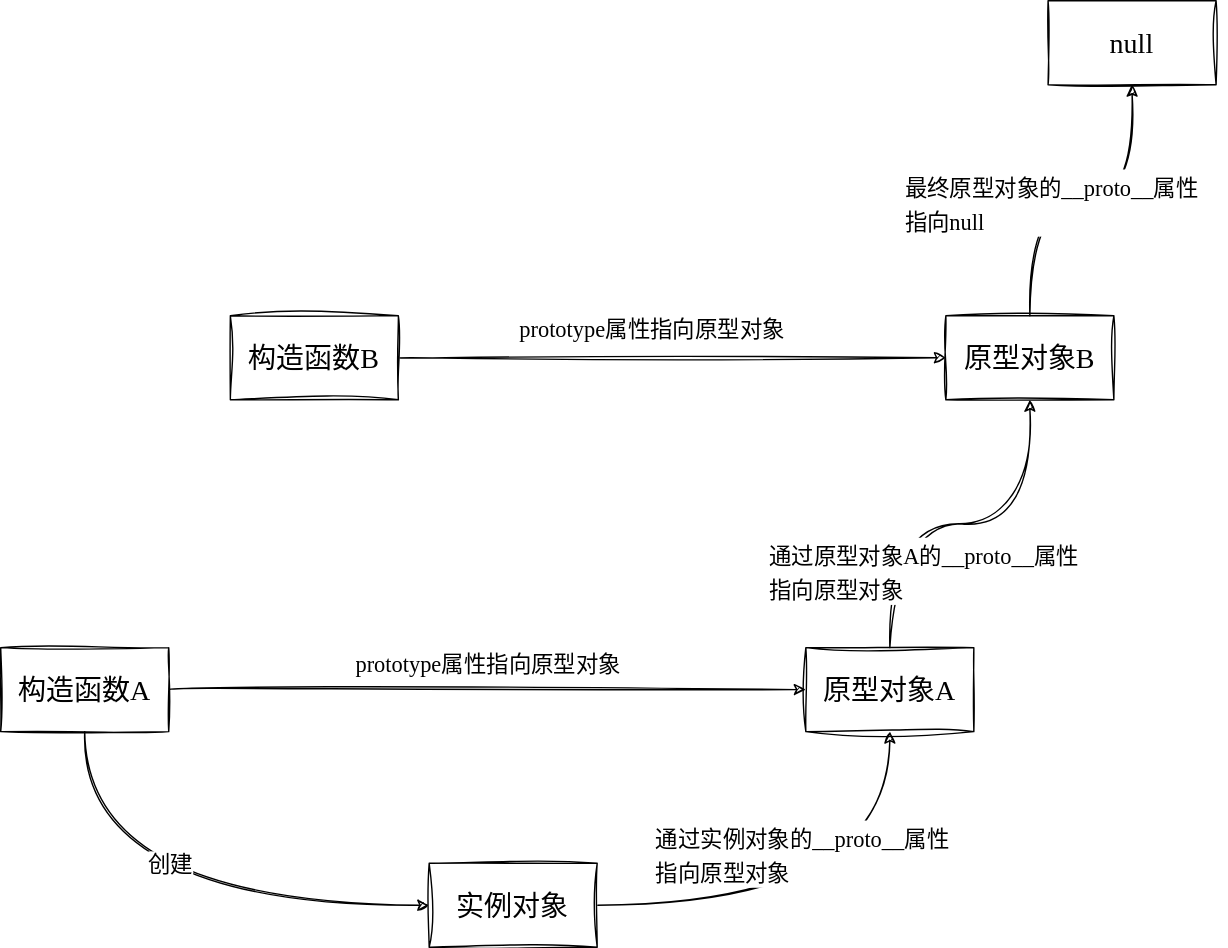
Before: diagrams/front-end/prototype_chain.svg, a diagram exported from draw.io (luguosong/images). Source tidied: cells renumbered, new cells last; positions are measured from the earlier drawing's top-left corner, leaving out a move shared by most shapes. Its diagram source:
```xml
<mxGraphModel background="#FFFFFF">
  <root>
    <mxCell id="0" />
    <mxCell id="1" parent="0" />
    <mxCell id="2" style="edgeStyle=orthogonalEdgeStyle;curved=1;rounded=0;sketch=1;hachureGap=4;jiggle=2;curveFitting=1;jettySize=auto;html=1;exitX=0.5;exitY=1;exitDx=0;exitDy=0;entryX=0;entryY=0.5;entryDx=0;entryDy=0;fontFamily=Architects Daughter;fontSource=https%3A%2F%2Ffonts.googleapis.com%2Fcss%3Ffamily%3DArchitects%2BDaughter;fontSize=16;" parent="1" edge="1" source="5" target="10">
      <mxGeometry relative="1" as="geometry" />
    </mxCell>
    <mxCell id="3" value="创建" style="edgeLabel;html=1;align=center;verticalAlign=middle;fontSize=16;fontFamily=Architects Daughter;" parent="2" vertex="1">
      <mxGeometry x="-0.29" y="13" relative="1" as="geometry">
        <mxPoint x="52" y="-17" as="offset" />
      </mxGeometry>
    </mxCell>
    <mxCell id="4" style="edgeStyle=orthogonalEdgeStyle;curved=1;rounded=0;sketch=1;hachureGap=4;jiggle=2;curveFitting=1;jettySize=auto;html=1;exitX=1;exitY=0.5;exitDx=0;exitDy=0;fontFamily=Architects Daughter;fontSource=https%3A%2F%2Ffonts.googleapis.com%2Fcss%3Ffamily%3DArchitects%2BDaughter;fontSize=16;" parent="1" edge="1" source="5" target="7">
      <mxGeometry relative="1" as="geometry" />
    </mxCell>
    <mxCell id="5" value="构造函数A" style="rounded=0;whiteSpace=wrap;html=1;sketch=1;hachureGap=4;jiggle=2;curveFitting=1;fontFamily=Architects Daughter;fontSource=https%3A%2F%2Ffonts.googleapis.com%2Fcss%3Ffamily%3DArchitects%2BDaughter;fontSize=20;" parent="1" vertex="1">
      <mxGeometry y="462" width="120" height="60" as="geometry" />
    </mxCell>
    <mxCell id="6" style="edgeStyle=orthogonalEdgeStyle;curved=1;rounded=0;sketch=1;hachureGap=4;jiggle=2;curveFitting=1;jettySize=auto;html=1;exitX=0.5;exitY=0;exitDx=0;exitDy=0;entryX=0.5;entryY=1;entryDx=0;entryDy=0;fontFamily=Architects Daughter;fontSource=https%3A%2F%2Ffonts.googleapis.com%2Fcss%3Ffamily%3DArchitects%2BDaughter;fontSize=16;" parent="1" edge="1" source="7" target="13">
      <mxGeometry relative="1" as="geometry" />
    </mxCell>
    <mxCell id="7" value="原型对象A" style="rounded=0;whiteSpace=wrap;html=1;sketch=1;hachureGap=4;jiggle=2;curveFitting=1;fontFamily=Architects Daughter;fontSource=https%3A%2F%2Ffonts.googleapis.com%2Fcss%3Ffamily%3DArchitects%2BDaughter;fontSize=20;" parent="1" vertex="1">
      <mxGeometry x="575" y="462" width="120" height="60" as="geometry" />
    </mxCell>
    <mxCell id="8" style="edgeStyle=orthogonalEdgeStyle;curved=1;rounded=0;sketch=1;hachureGap=4;jiggle=2;curveFitting=1;jettySize=auto;html=1;exitX=1;exitY=0.5;exitDx=0;exitDy=0;entryX=0.5;entryY=1;entryDx=0;entryDy=0;fontFamily=Architects Daughter;fontSource=https%3A%2F%2Ffonts.googleapis.com%2Fcss%3Ffamily%3DArchitects%2BDaughter;fontSize=16;" parent="1" edge="1" source="10" target="7">
      <mxGeometry relative="1" as="geometry" />
    </mxCell>
    <mxCell id="9" value="&lt;font style=&quot;font-size: 16px;&quot;&gt;通过实例对象的__proto__属性&lt;br&gt;指向原型对象&lt;/font&gt;" style="edgeLabel;html=1;align=left;verticalAlign=middle;fontSize=20;fontFamily=Architects Daughter;" parent="8" vertex="1">
      <mxGeometry x="0.2" y="17" relative="1" as="geometry">
        <mxPoint x="-160" y="-21" as="offset" />
      </mxGeometry>
    </mxCell>
    <mxCell id="10" value="实例对象" style="rounded=0;whiteSpace=wrap;html=1;sketch=1;hachureGap=4;jiggle=2;curveFitting=1;fontFamily=Architects Daughter;fontSource=https%3A%2F%2Ffonts.googleapis.com%2Fcss%3Ffamily%3DArchitects%2BDaughter;fontSize=20;" parent="1" vertex="1">
      <mxGeometry x="306" y="616" width="120" height="60" as="geometry" />
    </mxCell>
    <mxCell id="11" value="&lt;font style=&quot;font-size: 16px;&quot;&gt;prototype属性指向原型对象&lt;/font&gt;" style="text;html=1;align=center;verticalAlign=middle;strokeColor=none;fillColor=none;fontSize=20;fontFamily=Architects Daughter;" parent="1" vertex="1">
      <mxGeometry x="237" y="454" width="221" height="36" as="geometry" />
    </mxCell>
    <mxCell id="12" style="edgeStyle=orthogonalEdgeStyle;curved=1;rounded=0;sketch=1;hachureGap=4;jiggle=2;curveFitting=1;jettySize=auto;html=1;exitX=0.5;exitY=0;exitDx=0;exitDy=0;entryX=0.5;entryY=1;entryDx=0;entryDy=0;fontFamily=Architects Daughter;fontSource=https%3A%2F%2Ffonts.googleapis.com%2Fcss%3Ffamily%3DArchitects%2BDaughter;fontSize=16;" parent="1" edge="1" source="13" target="18">
      <mxGeometry relative="1" as="geometry" />
    </mxCell>
    <mxCell id="13" value="原型对象B" style="rounded=0;whiteSpace=wrap;html=1;sketch=1;hachureGap=4;jiggle=2;curveFitting=1;fontFamily=Architects Daughter;fontSource=https%3A%2F%2Ffonts.googleapis.com%2Fcss%3Ffamily%3DArchitects%2BDaughter;fontSize=20;" parent="1" vertex="1">
      <mxGeometry x="675" y="225" width="120" height="60" as="geometry" />
    </mxCell>
    <mxCell id="14" style="edgeStyle=orthogonalEdgeStyle;curved=1;rounded=0;sketch=1;hachureGap=4;jiggle=2;curveFitting=1;jettySize=auto;html=1;exitX=1;exitY=0.5;exitDx=0;exitDy=0;entryX=0;entryY=0.5;entryDx=0;entryDy=0;fontFamily=Architects Daughter;fontSource=https%3A%2F%2Ffonts.googleapis.com%2Fcss%3Ffamily%3DArchitects%2BDaughter;fontSize=16;" parent="1" edge="1" source="15" target="13">
      <mxGeometry relative="1" as="geometry" />
    </mxCell>
    <mxCell id="15" value="构造函数B" style="rounded=0;whiteSpace=wrap;html=1;sketch=1;hachureGap=4;jiggle=2;curveFitting=1;fontFamily=Architects Daughter;fontSource=https%3A%2F%2Ffonts.googleapis.com%2Fcss%3Ffamily%3DArchitects%2BDaughter;fontSize=20;" parent="1" vertex="1">
      <mxGeometry x="164" y="225" width="120" height="60" as="geometry" />
    </mxCell>
    <mxCell id="16" value="&lt;font style=&quot;font-size: 16px;&quot;&gt;prototype属性指向原型对象&lt;/font&gt;" style="text;html=1;align=center;verticalAlign=middle;strokeColor=none;fillColor=none;fontSize=20;fontFamily=Architects Daughter;" parent="1" vertex="1">
      <mxGeometry x="354" y="215" width="221" height="36" as="geometry" />
    </mxCell>
    <mxCell id="17" value="&lt;font style=&quot;font-size: 16px;&quot;&gt;通过原型对象A的__proto__属性&lt;br&gt;指向原型对象&lt;/font&gt;" style="edgeLabel;html=1;align=left;verticalAlign=middle;fontSize=20;fontFamily=Architects Daughter;" parent="1" vertex="1">
      <mxGeometry x="547" y="406" as="geometry" />
    </mxCell>
    <mxCell id="18" value="null" style="rounded=0;whiteSpace=wrap;html=1;sketch=1;hachureGap=4;jiggle=2;curveFitting=1;fontFamily=Architects Daughter;fontSource=https%3A%2F%2Ffonts.googleapis.com%2Fcss%3Ffamily%3DArchitects%2BDaughter;fontSize=20;" parent="1" vertex="1">
      <mxGeometry x="748" width="120" height="60" as="geometry" />
    </mxCell>
    <mxCell id="19" value="&lt;font style=&quot;font-size: 16px;&quot;&gt;最终原型对象的__proto__属性&lt;br&gt;指向null&lt;/font&gt;" style="edgeLabel;html=1;align=left;verticalAlign=middle;fontSize=20;fontFamily=Architects Daughter;" parent="1" vertex="1">
      <mxGeometry x="644" y="143" as="geometry" />
    </mxCell>
  </root>
</mxGraphModel>
```
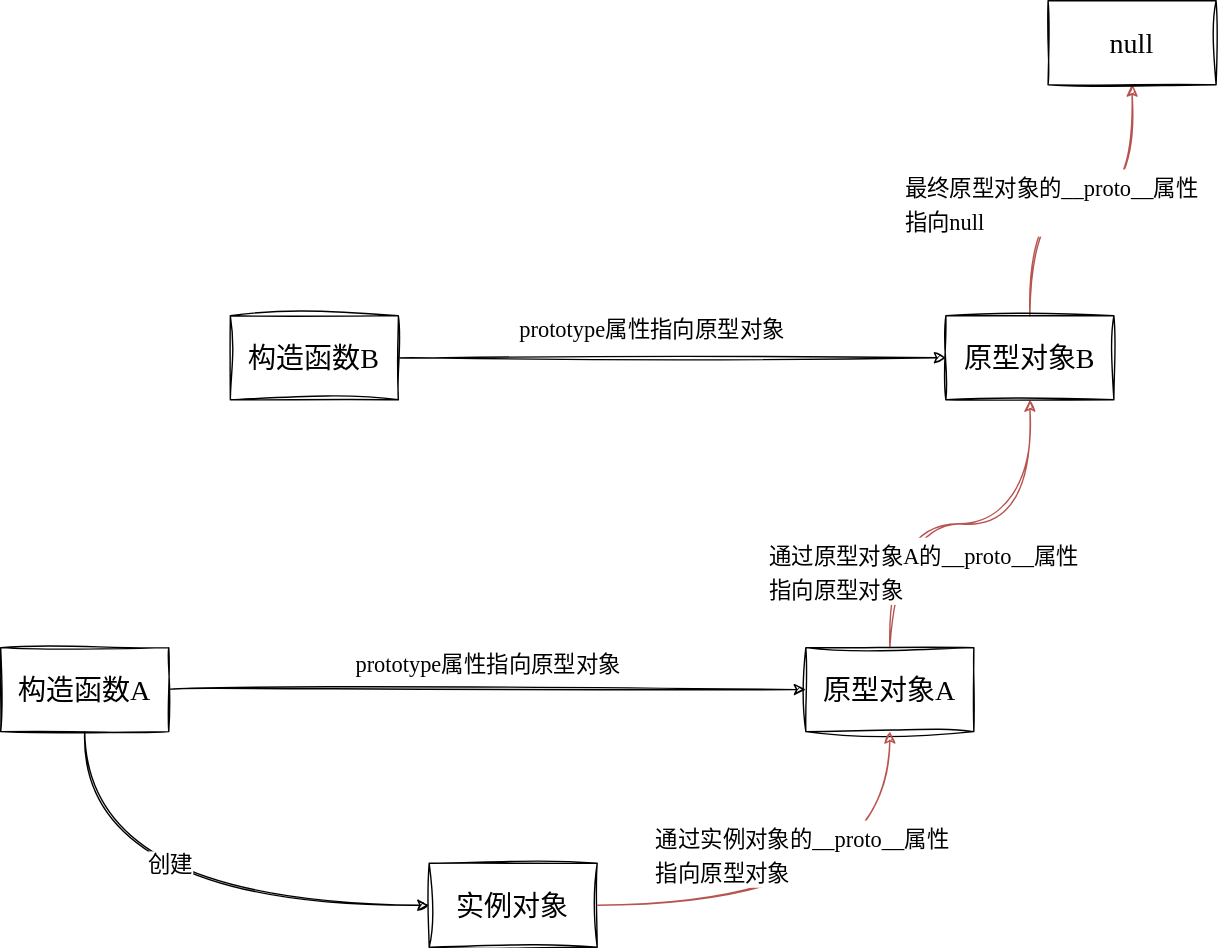
The same file after the commit.

Change to the diagram source:
```diff
@@ -16,13 +16,13 @@
     <mxCell id="5" value="构造函数A" style="rounded=0;whiteSpace=wrap;html=1;sketch=1;hachureGap=4;jiggle=2;curveFitting=1;fontFamily=Architects Daughter;fontSource=https%3A%2F%2Ffonts.googleapis.com%2Fcss%3Ffamily%3DArchitects%2BDaughter;fontSize=20;" parent="1" vertex="1">
       <mxGeometry y="462" width="120" height="60" as="geometry" />
     </mxCell>
-    <mxCell id="6" style="edgeStyle=orthogonalEdgeStyle;curved=1;rounded=0;sketch=1;hachureGap=4;jiggle=2;curveFitting=1;jettySize=auto;html=1;exitX=0.5;exitY=0;exitDx=0;exitDy=0;entryX=0.5;entryY=1;entryDx=0;entryDy=0;fontFamily=Architects Daughter;fontSource=https%3A%2F%2Ffonts.googleapis.com%2Fcss%3Ffamily%3DArchitects%2BDaughter;fontSize=16;" parent="1" edge="1" source="7" target="13">
+    <mxCell id="6" style="edgeStyle=orthogonalEdgeStyle;curved=1;rounded=0;sketch=1;hachureGap=4;jiggle=2;curveFitting=1;jettySize=auto;html=1;exitX=0.5;exitY=0;exitDx=0;exitDy=0;entryX=0.5;entryY=1;entryDx=0;entryDy=0;fontFamily=Architects Daughter;fontSource=https%3A%2F%2Ffonts.googleapis.com%2Fcss%3Ffamily%3DArchitects%2BDaughter;fontSize=16;fillColor=#f8cecc;strokeColor=#b85450;" parent="1" edge="1" source="7" target="13">
       <mxGeometry relative="1" as="geometry" />
     </mxCell>
     <mxCell id="7" value="原型对象A" style="rounded=0;whiteSpace=wrap;html=1;sketch=1;hachureGap=4;jiggle=2;curveFitting=1;fontFamily=Architects Daughter;fontSource=https%3A%2F%2Ffonts.googleapis.com%2Fcss%3Ffamily%3DArchitects%2BDaughter;fontSize=20;" parent="1" vertex="1">
       <mxGeometry x="575" y="462" width="120" height="60" as="geometry" />
     </mxCell>
-    <mxCell id="8" style="edgeStyle=orthogonalEdgeStyle;curved=1;rounded=0;sketch=1;hachureGap=4;jiggle=2;curveFitting=1;jettySize=auto;html=1;exitX=1;exitY=0.5;exitDx=0;exitDy=0;entryX=0.5;entryY=1;entryDx=0;entryDy=0;fontFamily=Architects Daughter;fontSource=https%3A%2F%2Ffonts.googleapis.com%2Fcss%3Ffamily%3DArchitects%2BDaughter;fontSize=16;" parent="1" edge="1" source="10" target="7">
+    <mxCell id="8" style="edgeStyle=orthogonalEdgeStyle;curved=1;rounded=0;sketch=1;hachureGap=4;jiggle=2;curveFitting=1;jettySize=auto;html=1;exitX=1;exitY=0.5;exitDx=0;exitDy=0;entryX=0.5;entryY=1;entryDx=0;entryDy=0;fontFamily=Architects Daughter;fontSource=https%3A%2F%2Ffonts.googleapis.com%2Fcss%3Ffamily%3DArchitects%2BDaughter;fontSize=16;fillColor=#f8cecc;strokeColor=#b85450;" parent="1" edge="1" source="10" target="7">
       <mxGeometry relative="1" as="geometry" />
     </mxCell>
     <mxCell id="9" value="&lt;font style=&quot;font-size: 16px;&quot;&gt;通过实例对象的__proto__属性&lt;br&gt;指向原型对象&lt;/font&gt;" style="edgeLabel;html=1;align=left;verticalAlign=middle;fontSize=20;fontFamily=Architects Daughter;" parent="8" vertex="1">
@@ -36,7 +36,7 @@
     <mxCell id="11" value="&lt;font style=&quot;font-size: 16px;&quot;&gt;prototype属性指向原型对象&lt;/font&gt;" style="text;html=1;align=center;verticalAlign=middle;strokeColor=none;fillColor=none;fontSize=20;fontFamily=Architects Daughter;" parent="1" vertex="1">
       <mxGeometry x="237" y="454" width="221" height="36" as="geometry" />
     </mxCell>
-    <mxCell id="12" style="edgeStyle=orthogonalEdgeStyle;curved=1;rounded=0;sketch=1;hachureGap=4;jiggle=2;curveFitting=1;jettySize=auto;html=1;exitX=0.5;exitY=0;exitDx=0;exitDy=0;entryX=0.5;entryY=1;entryDx=0;entryDy=0;fontFamily=Architects Daughter;fontSource=https%3A%2F%2Ffonts.googleapis.com%2Fcss%3Ffamily%3DArchitects%2BDaughter;fontSize=16;" parent="1" edge="1" source="13" target="18">
+    <mxCell id="12" style="edgeStyle=orthogonalEdgeStyle;curved=1;rounded=0;sketch=1;hachureGap=4;jiggle=2;curveFitting=1;jettySize=auto;html=1;exitX=0.5;exitY=0;exitDx=0;exitDy=0;entryX=0.5;entryY=1;entryDx=0;entryDy=0;fontFamily=Architects Daughter;fontSource=https%3A%2F%2Ffonts.googleapis.com%2Fcss%3Ffamily%3DArchitects%2BDaughter;fontSize=16;fillColor=#f8cecc;strokeColor=#b85450;" parent="1" edge="1" source="13" target="18">
       <mxGeometry relative="1" as="geometry" />
     </mxCell>
     <mxCell id="13" value="原型对象B" style="rounded=0;whiteSpace=wrap;html=1;sketch=1;hachureGap=4;jiggle=2;curveFitting=1;fontFamily=Architects Daughter;fontSource=https%3A%2F%2Ffonts.googleapis.com%2Fcss%3Ffamily%3DArchitects%2BDaughter;fontSize=20;" parent="1" vertex="1">
```
